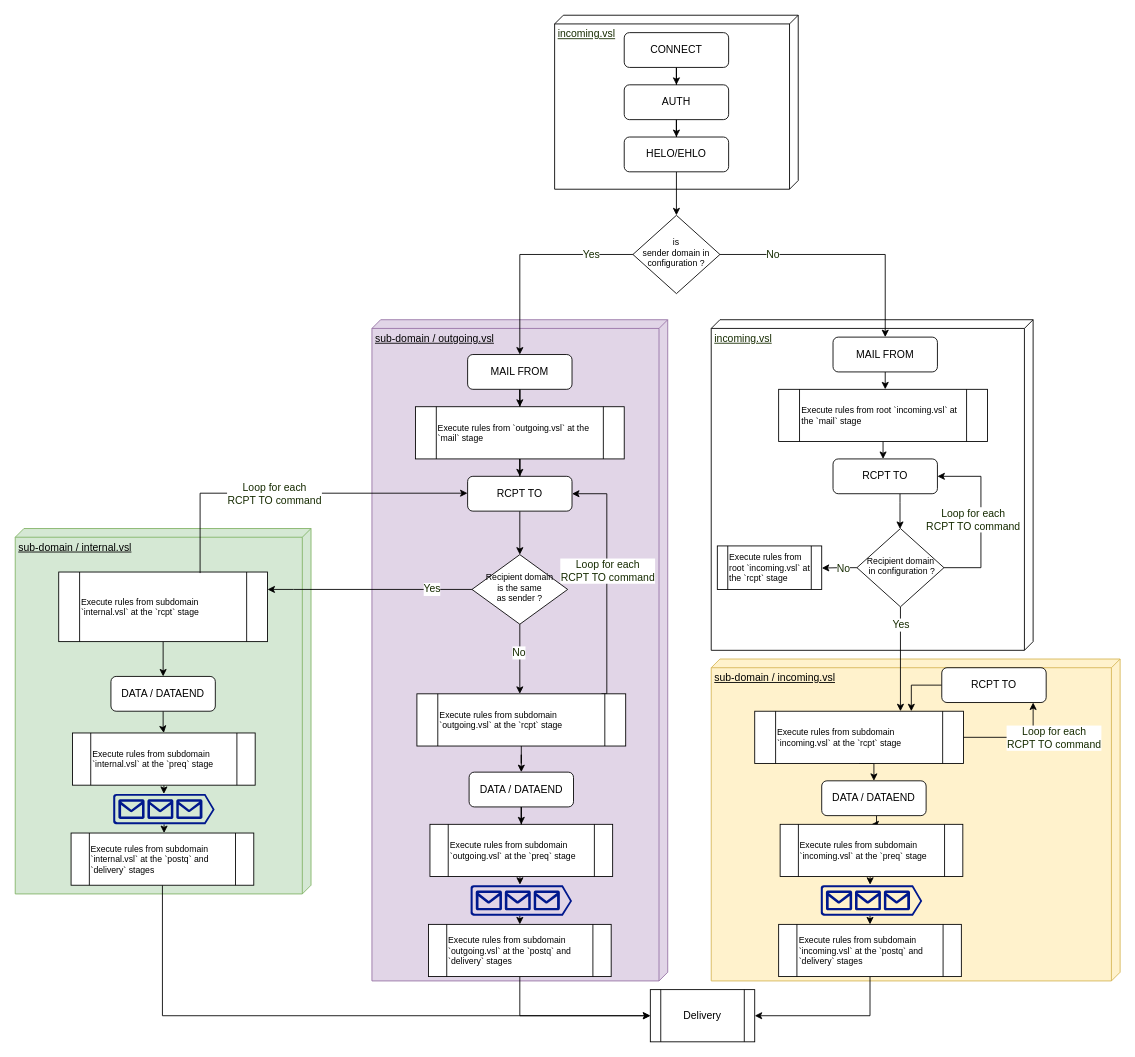
The draw.io diagram src/assets/uml/sub-domain-hierarchy.drawio in stappersg/vBook, before the edit. Source tidied: cells renumbered, new cells numbered last; positions are measured from the earlier drawing's top-left corner, leaving out a move shared by most shapes. Both pictures are drawn from the tidied source at 87%, with x=0, y=0 at pixel (15, 15).
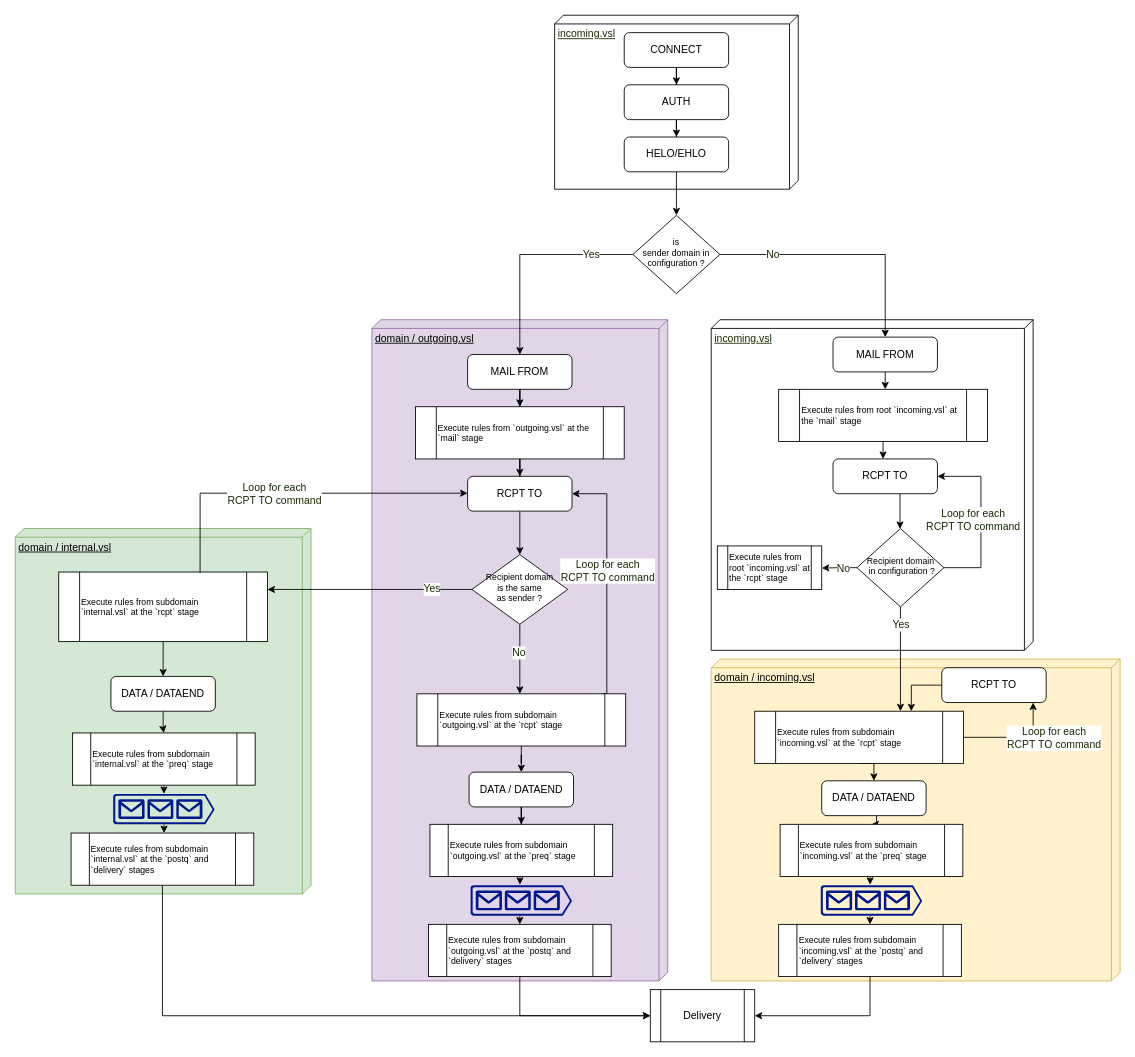
The same diagram, later.

Commit message (it also covers changes not shown here):
style: subdomain -> domain.

The edit, as a diff of the source:
```diff
@@
-    <mxCell id="3" value="sub-domain / incoming.vsl" style="verticalAlign=top;align=left;spacingTop=8;spacingLeft=2;spacingRight=12;shape=cube;size=10;direction=south;fontStyle=4;html=1;fontSize=12;fillColor=#fff2cc;strokeColor=#d6b656;" parent="1" vertex="1">
+    <mxCell id="3" value="domain / incoming.vsl" style="verticalAlign=top;align=left;spacingTop=8;spacingLeft=2;spacingRight=12;shape=cube;size=10;direction=south;fontStyle=4;html=1;fontSize=12;fillColor=#fff2cc;strokeColor=#d6b656;" parent="1" vertex="1">
       <mxGeometry x="800" y="740" width="470" height="370" as="geometry" />
     </mxCell>
-    <mxCell id="4" value="sub-domain / internal.vsl" style="verticalAlign=top;align=left;spacingTop=8;spacingLeft=2;spacingRight=12;shape=cube;size=10;direction=south;fontStyle=4;html=1;fontSize=12;fillColor=#d5e8d4;strokeColor=#82b366;" parent="1" vertex="1">
+    <mxCell id="4" value="domain / internal.vsl" style="verticalAlign=top;align=left;spacingTop=8;spacingLeft=2;spacingRight=12;shape=cube;size=10;direction=south;fontStyle=4;html=1;fontSize=12;fillColor=#d5e8d4;strokeColor=#82b366;" parent="1" vertex="1">
       <mxGeometry y="590" width="340" height="420" as="geometry" />
     </mxCell>
-    <mxCell id="5" value="sub-domain / outgoing.vsl" style="verticalAlign=top;align=left;spacingTop=8;spacingLeft=2;spacingRight=12;shape=cube;size=10;direction=south;fontStyle=4;html=1;fontSize=12;fillColor=#e1d5e7;strokeColor=#9673a6;" parent="1" vertex="1">
+    <mxCell id="5" value="domain / outgoing.vsl" style="verticalAlign=top;align=left;spacingTop=8;spacingLeft=2;spacingRight=12;shape=cube;size=10;direction=south;fontStyle=4;html=1;fontSize=12;fillColor=#e1d5e7;strokeColor=#9673a6;" parent="1" vertex="1">
       <mxGeometry x="410" y="350" width="340" height="760" as="geometry" />
     </mxCell>
```
